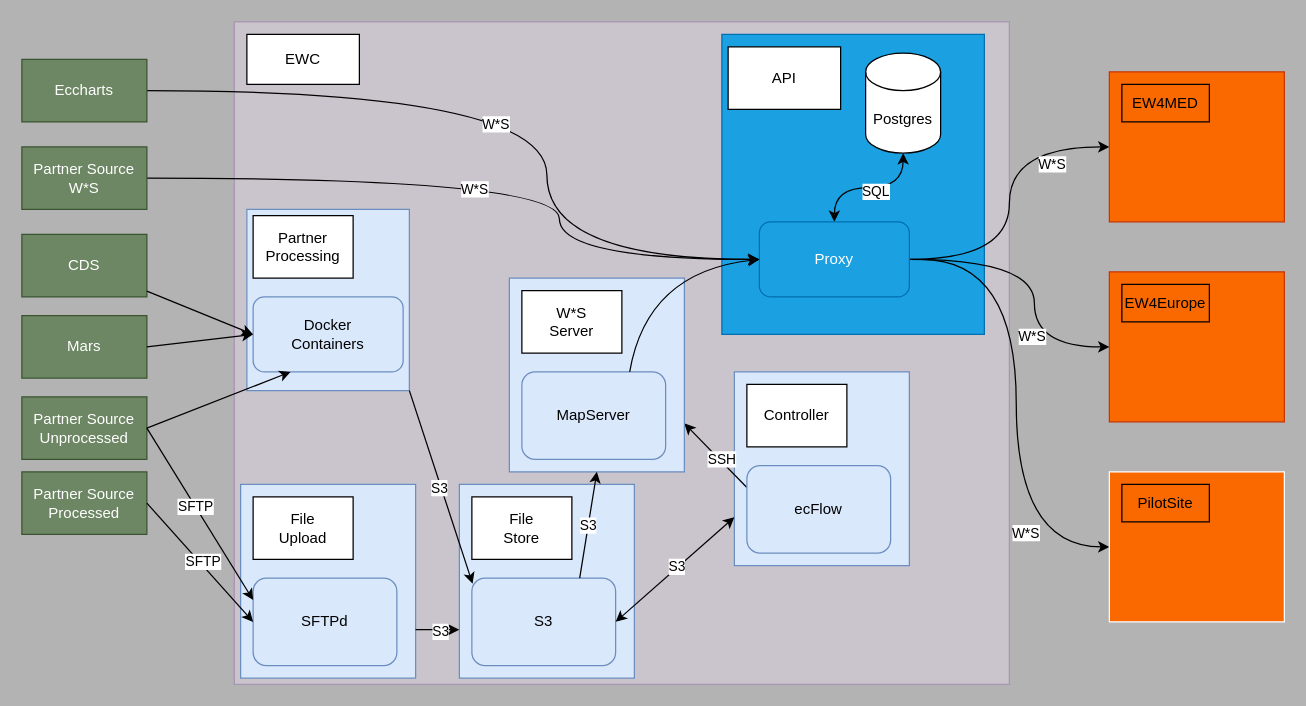
Before: gobeyond-api-tech.drawio in ec-snee/draw-io, a draw.io diagram. Source tidied: cells renumbered, new cells numbered last; positions are measured from the earlier drawing's top-left corner, leaving out a move shared by most shapes. Both pictures are drawn from the tidied source at 125%, with x=0, y=0 at pixel (21, 21).
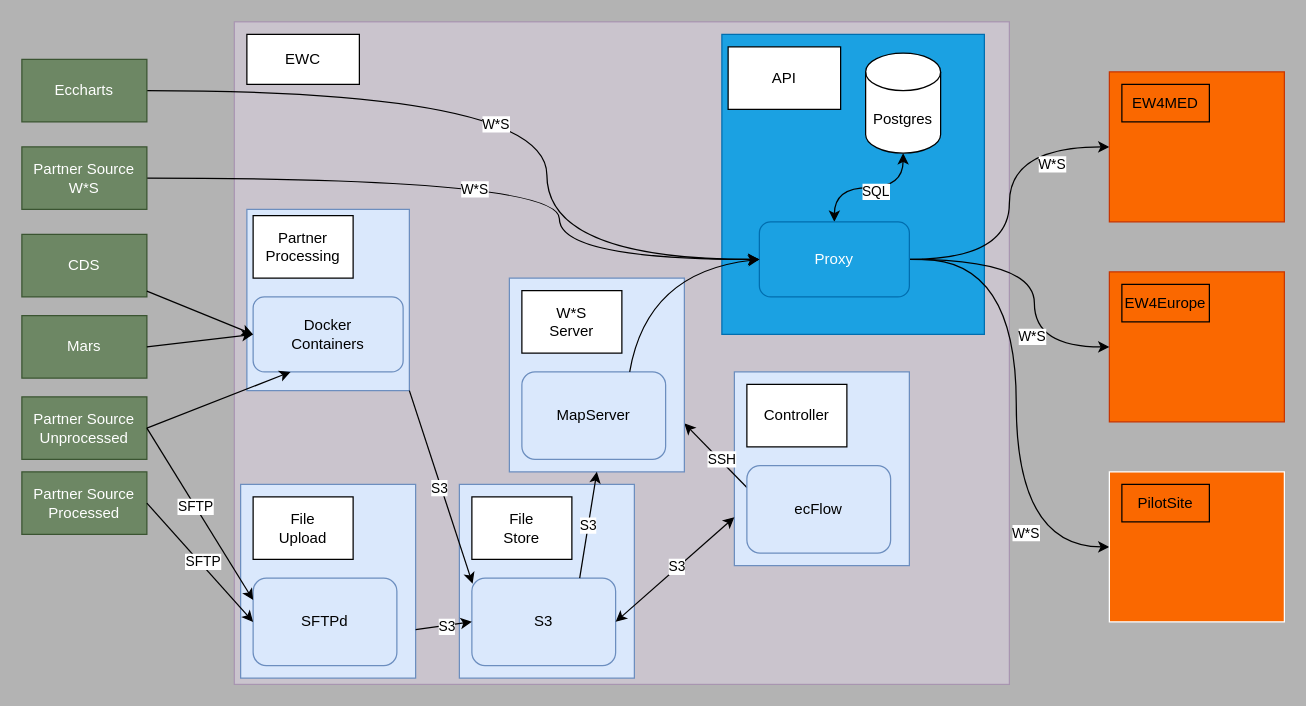
Above is the later version.

Commit message:
mode line tweaks

The change refers to these unchanged cells:
```xml
<mxCell id="21" style="rounded=0;whiteSpace=wrap;html=1;fillColor=#dae8fc;strokeColor=#6c8ebf;" parent="1" vertex="1">
  <mxGeometry x="350" y="370" width="140" height="155" as="geometry" />
</mxCell>
<mxCell id="24" value="S3" style="rounded=1;whiteSpace=wrap;html=1;fillColor=#dae8fc;strokeColor=#6c8ebf;" parent="1" vertex="1">
  <mxGeometry x="360" y="445" width="115" height="70" as="geometry" />
</mxCell>
<mxCell id="43" style="rounded=0;whiteSpace=wrap;html=1;fillColor=#dae8fc;strokeColor=#6c8ebf;" parent="1" vertex="1">
  <mxGeometry x="175" y="370" width="140" height="155" as="geometry" />
</mxCell>
```

Diff of the diagram source:
```diff
@@
-    <mxCell id="51" style="endArrow=classic;html=1;rounded=0;exitX=1;exitY=0.75;exitDx=0;exitDy=0;entryX=0;entryY=0.75;entryDx=0;entryDy=0;" parent="1" edge="1" source="43" target="21">
+    <mxCell id="51" style="endArrow=classic;html=1;rounded=0;exitX=1;exitY=0.75;exitDx=0;exitDy=0;entryX=0;entryY=0.5;entryDx=0;entryDy=0;" parent="1" edge="1" source="43" target="24">
       <mxGeometry relative="1" as="geometry" />
     </mxCell>
```
